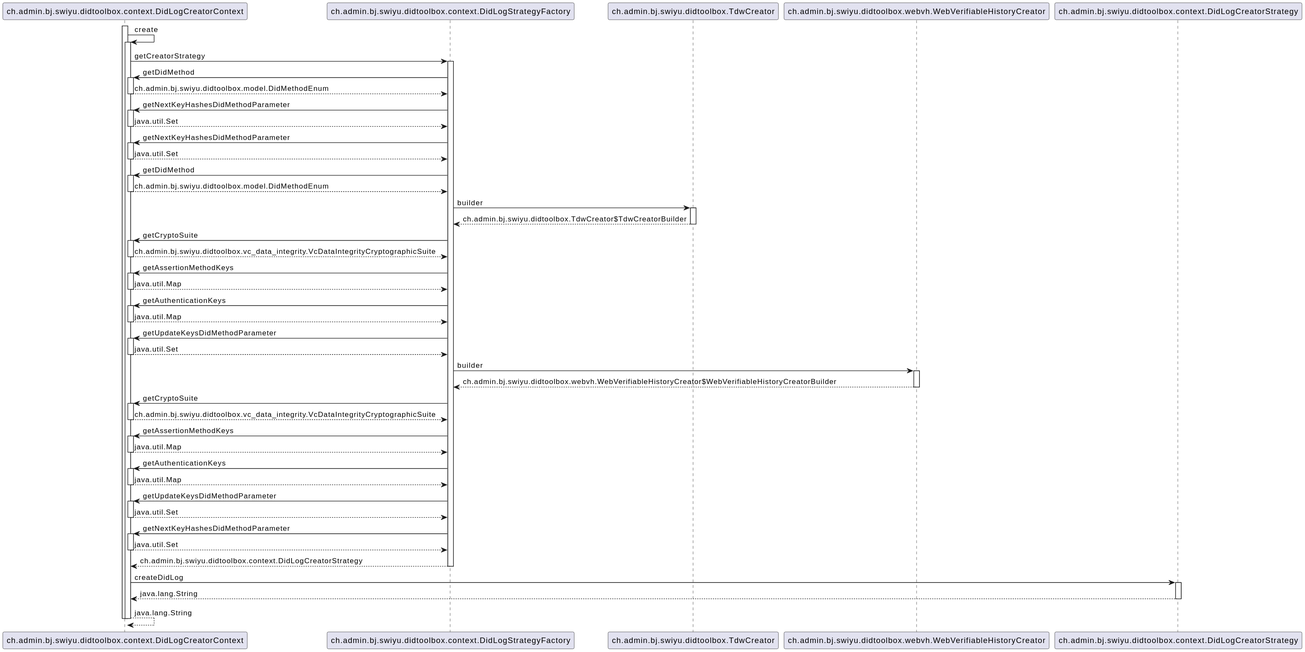
Earlier version of the PlantUML export src/main/plantuml/DidLogCreatorContext-create.svg (swiyu-admin-ch/didtoolbox-java).
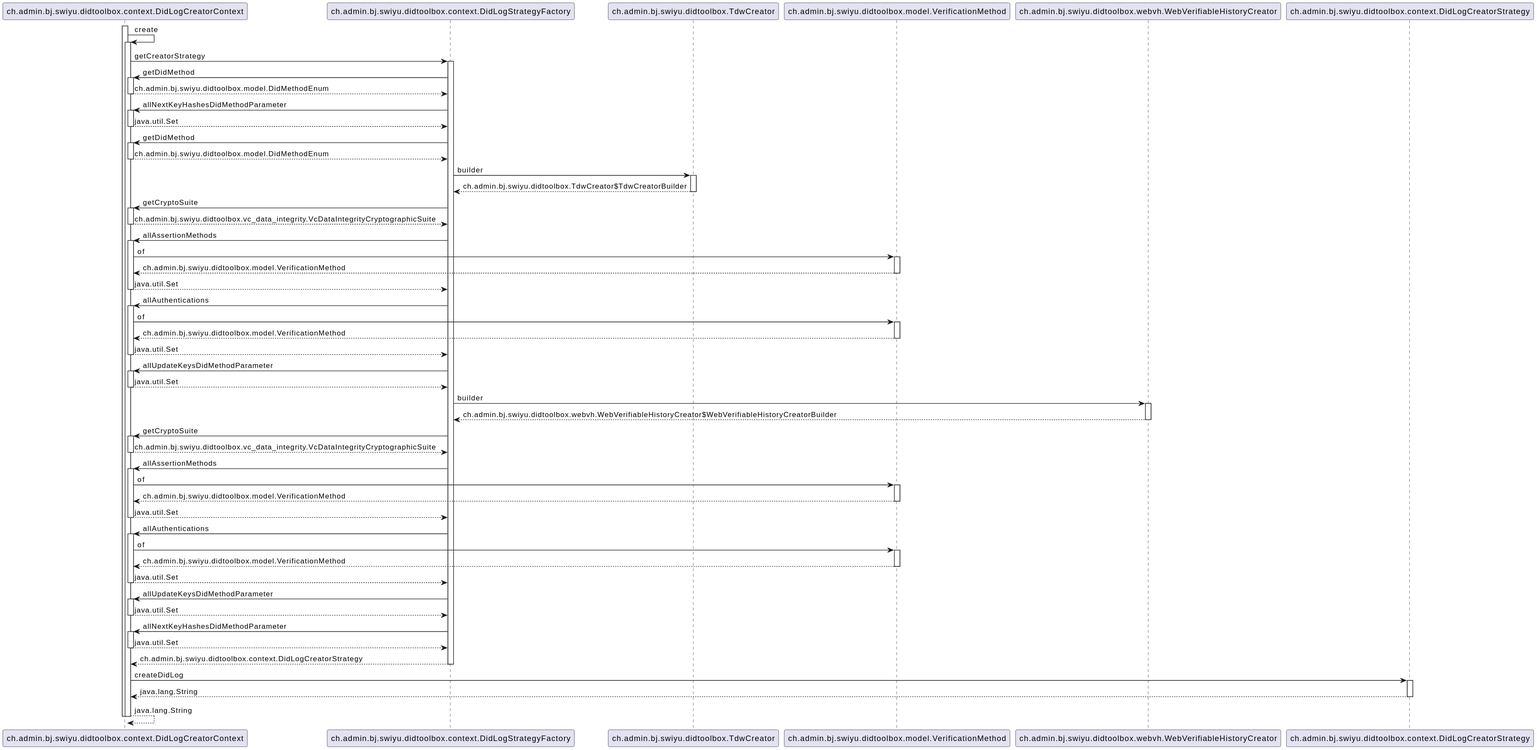
After the change.

Diff of the diagram source:
```diff
@@ -2,6 +2,7 @@
 participant ch.admin.bj.swiyu.didtoolbox.context.DidLogCreatorContext
 participant ch.admin.bj.swiyu.didtoolbox.context.DidLogStrategyFactory
 participant ch.admin.bj.swiyu.didtoolbox.TdwCreator
+participant ch.admin.bj.swiyu.didtoolbox.model.VerificationMethod
 participant ch.admin.bj.swiyu.didtoolbox.webvh.WebVerifiableHistoryCreator
 participant ch.admin.bj.swiyu.didtoolbox.context.DidLogCreatorStrategy
 
@@ -14,11 +15,7 @@
 			activate ch.admin.bj.swiyu.didtoolbox.context.DidLogCreatorContext
 				ch.admin.bj.swiyu.didtoolbox.context.DidLogCreatorContext --> ch.admin.bj.swiyu.didtoolbox.context.DidLogStrategyFactory : ch.admin.bj.swiyu.didtoolbox.model.DidMethodEnum
 			deactivate ch.admin.bj.swiyu.didtoolbox.context.DidLogCreatorContext
-			ch.admin.bj.swiyu.didtoolbox.context.DidLogStrategyFactory -> ch.admin.bj.swiyu.didtoolbox.context.DidLogCreatorContext : getNextKeyHashesDidMethodParameter
-			activate ch.admin.bj.swiyu.didtoolbox.context.DidLogCreatorContext
-				ch.admin.bj.swiyu.didtoolbox.context.DidLogCreatorContext --> ch.admin.bj.swiyu.didtoolbox.context.DidLogStrategyFactory : java.util.Set
-			deactivate ch.admin.bj.swiyu.didtoolbox.context.DidLogCreatorContext
-			ch.admin.bj.swiyu.didtoolbox.context.DidLogStrategyFactory -> ch.admin.bj.swiyu.didtoolbox.context.DidLogCreatorContext : getNextKeyHashesDidMethodParameter
+			ch.admin.bj.swiyu.didtoolbox.context.DidLogStrategyFactory -> ch.admin.bj.swiyu.didtoolbox.context.DidLogCreatorContext : allNextKeyHashesDidMethodParameter
 			activate ch.admin.bj.swiyu.didtoolbox.context.DidLogCreatorContext
 				ch.admin.bj.swiyu.didtoolbox.context.DidLogCreatorContext --> ch.admin.bj.swiyu.didtoolbox.context.DidLogStrategyFactory : java.util.Set
 			deactivate ch.admin.bj.swiyu.didtoolbox.context.DidLogCreatorContext
@@ -34,15 +31,23 @@
 			activate ch.admin.bj.swiyu.didtoolbox.context.DidLogCreatorContext
 				ch.admin.bj.swiyu.didtoolbox.context.DidLogCreatorContext --> ch.admin.bj.swiyu.didtoolbox.context.DidLogStrategyFactory : ch.admin.bj.swiyu.didtoolbox.vc_data_integrity.VcDataIntegrityCryptographicSuite
 			deactivate ch.admin.bj.swiyu.didtoolbox.context.DidLogCreatorContext
-			ch.admin.bj.swiyu.didtoolbox.context.DidLogStrategyFactory -> ch.admin.bj.swiyu.didtoolbox.context.DidLogCreatorContext : getAssertionMethodKeys
+			ch.admin.bj.swiyu.didtoolbox.context.DidLogStrategyFactory -> ch.admin.bj.swiyu.didtoolbox.context.DidLogCreatorContext : allAssertionMethods
 			activate ch.admin.bj.swiyu.didtoolbox.context.DidLogCreatorContext
-				ch.admin.bj.swiyu.didtoolbox.context.DidLogCreatorContext --> ch.admin.bj.swiyu.didtoolbox.context.DidLogStrategyFactory : java.util.Map
+				ch.admin.bj.swiyu.didtoolbox.context.DidLogCreatorContext -> ch.admin.bj.swiyu.didtoolbox.model.VerificationMethod : of
+				activate ch.admin.bj.swiyu.didtoolbox.model.VerificationMethod
+					ch.admin.bj.swiyu.didtoolbox.model.VerificationMethod --> ch.admin.bj.swiyu.didtoolbox.context.DidLogCreatorContext : ch.admin.bj.swiyu.didtoolbox.model.VerificationMethod
+				deactivate ch.admin.bj.swiyu.didtoolbox.model.VerificationMethod
+				ch.admin.bj.swiyu.didtoolbox.context.DidLogCreatorContext --> ch.admin.bj.swiyu.didtoolbox.context.DidLogStrategyFactory : java.util.Set
 			deactivate ch.admin.bj.swiyu.didtoolbox.context.DidLogCreatorContext
-			ch.admin.bj.swiyu.didtoolbox.context.DidLogStrategyFactory -> ch.admin.bj.swiyu.didtoolbox.context.DidLogCreatorContext : getAuthenticationKeys
+			ch.admin.bj.swiyu.didtoolbox.context.DidLogStrategyFactory -> ch.admin.bj.swiyu.didtoolbox.context.DidLogCreatorContext : allAuthentications
 			activate ch.admin.bj.swiyu.didtoolbox.context.DidLogCreatorContext
-				ch.admin.bj.swiyu.didtoolbox.context.DidLogCreatorContext --> ch.admin.bj.swiyu.didtoolbox.context.DidLogStrategyFactory : java.util.Map
+				ch.admin.bj.swiyu.didtoolbox.context.DidLogCreatorContext -> ch.admin.bj.swiyu.didtoolbox.model.VerificationMethod : of
+				activate ch.admin.bj.swiyu.didtoolbox.model.VerificationMethod
+					ch.admin.bj.swiyu.didtoolbox.model.VerificationMethod --> ch.admin.bj.swiyu.didtoolbox.context.DidLogCreatorContext : ch.admin.bj.swiyu.didtoolbox.model.VerificationMethod
+				deactivate ch.admin.bj.swiyu.didtoolbox.model.VerificationMethod
+				ch.admin.bj.swiyu.didtoolbox.context.DidLogCreatorContext --> ch.admin.bj.swiyu.didtoolbox.context.DidLogStrategyFactory : java.util.Set
 			deactivate ch.admin.bj.swiyu.didtoolbox.context.DidLogCreatorContext
-			ch.admin.bj.swiyu.didtoolbox.context.DidLogStrategyFactory -> ch.admin.bj.swiyu.didtoolbox.context.DidLogCreatorContext : getUpdateKeysDidMethodParameter
+			ch.admin.bj.swiyu.didtoolbox.context.DidLogStrategyFactory -> ch.admin.bj.swiyu.didtoolbox.context.DidLogCreatorContext : allUpdateKeysDidMethodParameter
 			activate ch.admin.bj.swiyu.didtoolbox.context.DidLogCreatorContext
 				ch.admin.bj.swiyu.didtoolbox.context.DidLogCreatorContext --> ch.admin.bj.swiyu.didtoolbox.context.DidLogStrategyFactory : java.util.Set
 			deactivate ch.admin.bj.swiyu.didtoolbox.context.DidLogCreatorContext
@@ -54,19 +59,27 @@
 			activate ch.admin.bj.swiyu.didtoolbox.context.DidLogCreatorContext
 				ch.admin.bj.swiyu.didtoolbox.context.DidLogCreatorContext --> ch.admin.bj.swiyu.didtoolbox.context.DidLogStrategyFactory : ch.admin.bj.swiyu.didtoolbox.vc_data_integrity.VcDataIntegrityCryptographicSuite
 			deactivate ch.admin.bj.swiyu.didtoolbox.context.DidLogCreatorContext
-			ch.admin.bj.swiyu.didtoolbox.context.DidLogStrategyFactory -> ch.admin.bj.swiyu.didtoolbox.context.DidLogCreatorContext : getAssertionMethodKeys
+			ch.admin.bj.swiyu.didtoolbox.context.DidLogStrategyFactory -> ch.admin.bj.swiyu.didtoolbox.context.DidLogCreatorContext : allAssertionMethods
 			activate ch.admin.bj.swiyu.didtoolbox.context.DidLogCreatorContext
-				ch.admin.bj.swiyu.didtoolbox.context.DidLogCreatorContext --> ch.admin.bj.swiyu.didtoolbox.context.DidLogStrategyFactory : java.util.Map
+				ch.admin.bj.swiyu.didtoolbox.context.DidLogCreatorContext -> ch.admin.bj.swiyu.didtoolbox.model.VerificationMethod : of
+				activate ch.admin.bj.swiyu.didtoolbox.model.VerificationMethod
+					ch.admin.bj.swiyu.didtoolbox.model.VerificationMethod --> ch.admin.bj.swiyu.didtoolbox.context.DidLogCreatorContext : ch.admin.bj.swiyu.didtoolbox.model.VerificationMethod
+				deactivate ch.admin.bj.swiyu.didtoolbox.model.VerificationMethod
+				ch.admin.bj.swiyu.didtoolbox.context.DidLogCreatorContext --> ch.admin.bj.swiyu.didtoolbox.context.DidLogStrategyFactory : java.util.Set
 			deactivate ch.admin.bj.swiyu.didtoolbox.context.DidLogCreatorContext
-			ch.admin.bj.swiyu.didtoolbox.context.DidLogStrategyFactory -> ch.admin.bj.swiyu.didtoolbox.context.DidLogCreatorContext : getAuthenticationKeys
+			ch.admin.bj.swiyu.didtoolbox.context.DidLogStrategyFactory -> ch.admin.bj.swiyu.didtoolbox.context.DidLogCreatorContext : allAuthentications
 			activate ch.admin.bj.swiyu.didtoolbox.context.DidLogCreatorContext
-				ch.admin.bj.swiyu.didtoolbox.context.DidLogCreatorContext --> ch.admin.bj.swiyu.didtoolbox.context.DidLogStrategyFactory : java.util.Map
+				ch.admin.bj.swiyu.didtoolbox.context.DidLogCreatorContext -> ch.admin.bj.swiyu.didtoolbox.model.VerificationMethod : of
+				activate ch.admin.bj.swiyu.didtoolbox.model.VerificationMethod
+					ch.admin.bj.swiyu.didtoolbox.model.VerificationMethod --> ch.admin.bj.swiyu.didtoolbox.context.DidLogCreatorContext : ch.admin.bj.swiyu.didtoolbox.model.VerificationMethod
+				deactivate ch.admin.bj.swiyu.didtoolbox.model.VerificationMethod
+				ch.admin.bj.swiyu.didtoolbox.context.DidLogCreatorContext --> ch.admin.bj.swiyu.didtoolbox.context.DidLogStrategyFactory : java.util.Set
 			deactivate ch.admin.bj.swiyu.didtoolbox.context.DidLogCreatorContext
-			ch.admin.bj.swiyu.didtoolbox.context.DidLogStrategyFactory -> ch.admin.bj.swiyu.didtoolbox.context.DidLogCreatorContext : getUpdateKeysDidMethodParameter
+			ch.admin.bj.swiyu.didtoolbox.context.DidLogStrategyFactory -> ch.admin.bj.swiyu.didtoolbox.context.DidLogCreatorContext : allUpdateKeysDidMethodParameter
 			activate ch.admin.bj.swiyu.didtoolbox.context.DidLogCreatorContext
 				ch.admin.bj.swiyu.didtoolbox.context.DidLogCreatorContext --> ch.admin.bj.swiyu.didtoolbox.context.DidLogStrategyFactory : java.util.Set
 			deactivate ch.admin.bj.swiyu.didtoolbox.context.DidLogCreatorContext
-			ch.admin.bj.swiyu.didtoolbox.context.DidLogStrategyFactory -> ch.admin.bj.swiyu.didtoolbox.context.DidLogCreatorContext : getNextKeyHashesDidMethodParameter
+			ch.admin.bj.swiyu.didtoolbox.context.DidLogStrategyFactory -> ch.admin.bj.swiyu.didtoolbox.context.DidLogCreatorContext : allNextKeyHashesDidMethodParameter
 			activate ch.admin.bj.swiyu.didtoolbox.context.DidLogCreatorContext
 				ch.admin.bj.swiyu.didtoolbox.context.DidLogCreatorContext --> ch.admin.bj.swiyu.didtoolbox.context.DidLogStrategyFactory : java.util.Set
 			deactivate ch.admin.bj.swiyu.didtoolbox.context.DidLogCreatorContext
```
